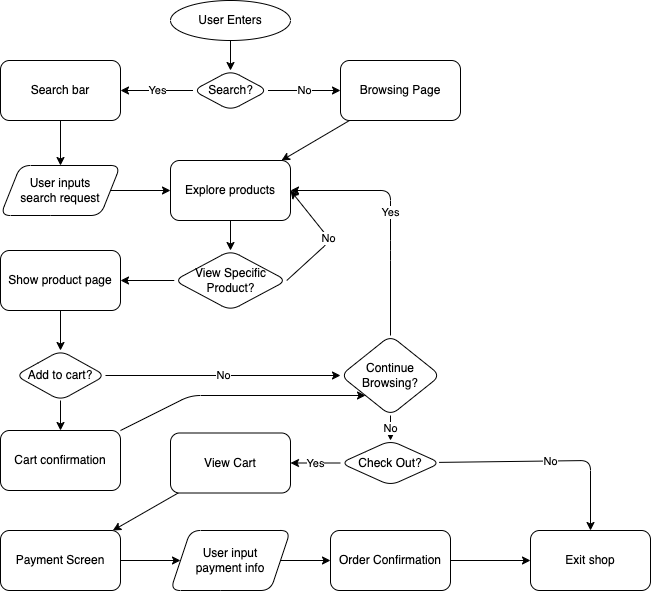
Above: explore/diagramming/diagram.drawio.png in uliyaah/sp24-cse110-lab4 (draw.io), before the change. Source tidied: cells renumbered, new cells last; positions are measured from the earlier drawing's top-left corner, leaving out a move shared by most shapes.
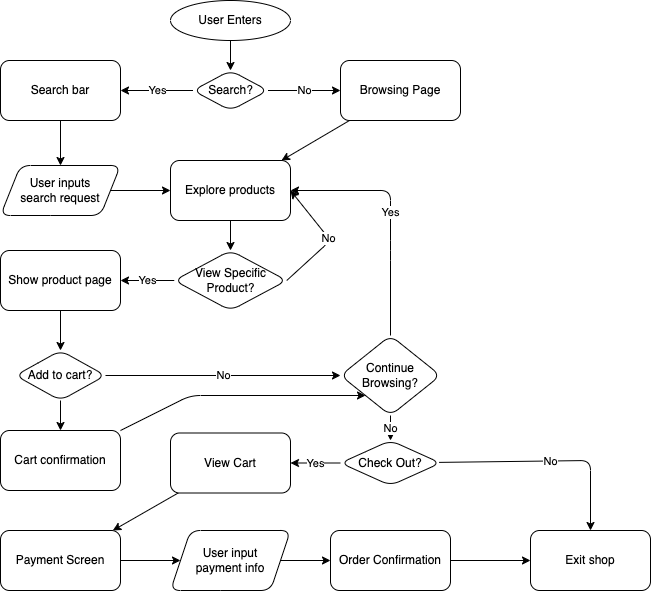
After the commit.

Change to the diagram source:
```diff
@@ -48,7 +48,7 @@
         </Array>
       </mxGeometry>
     </mxCell>
-    <mxCell id="16" style="edgeStyle=none;html=1;" parent="1" edge="1" source="17" target="19">
+    <mxCell id="16" value="Yes" style="edgeStyle=none;html=1;" parent="1" edge="1" source="17" target="19">
       <mxGeometry relative="1" as="geometry" />
     </mxCell>
     <mxCell id="17" value="View Specific Product?" style="rhombus;whiteSpace=wrap;html=1;rounded=1;" parent="1" vertex="1">
```
